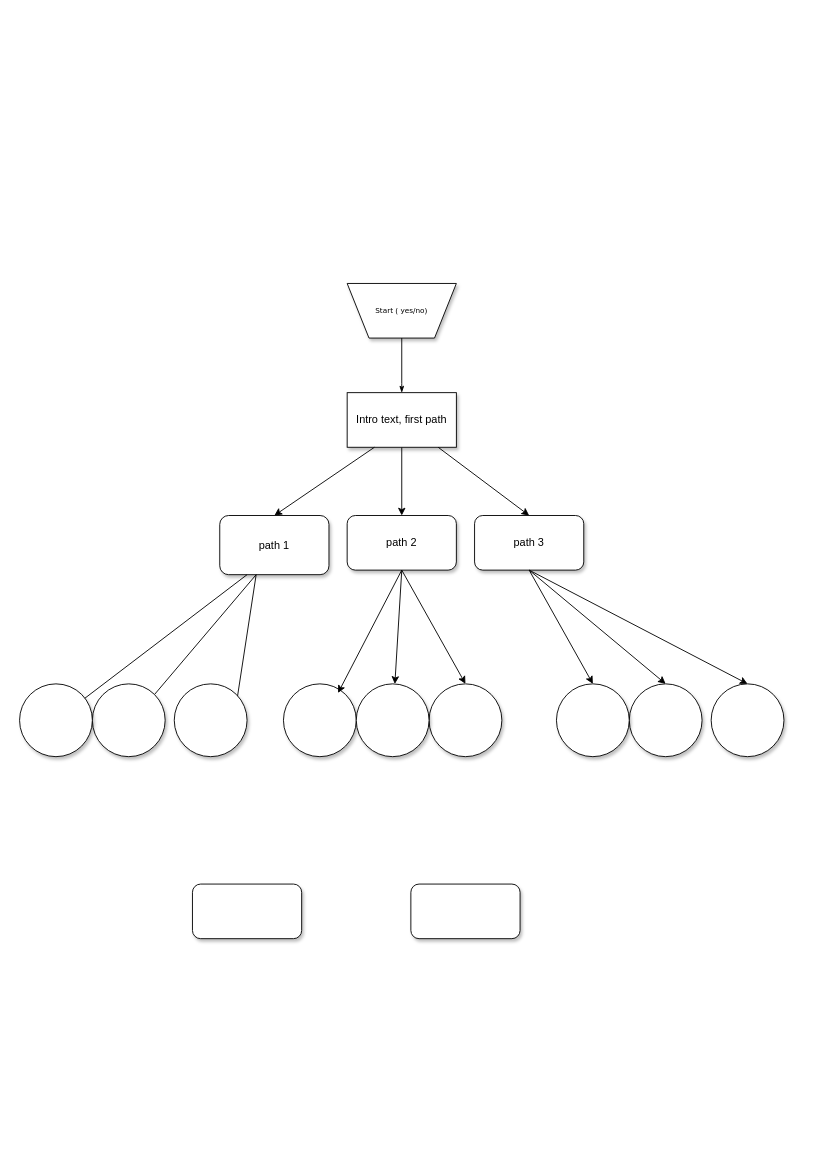
Before: TextAdventure.drawio in andromedamoon-stack/diagrams, a draw.io diagram. Source tidied: cells renumbered, new cells numbered last; positions are measured from the earlier drawing's top-left corner, leaving out a move shared by most shapes. Both pictures are drawn from the tidied source at 91%, with x=0, y=0 at pixel (19, 283).
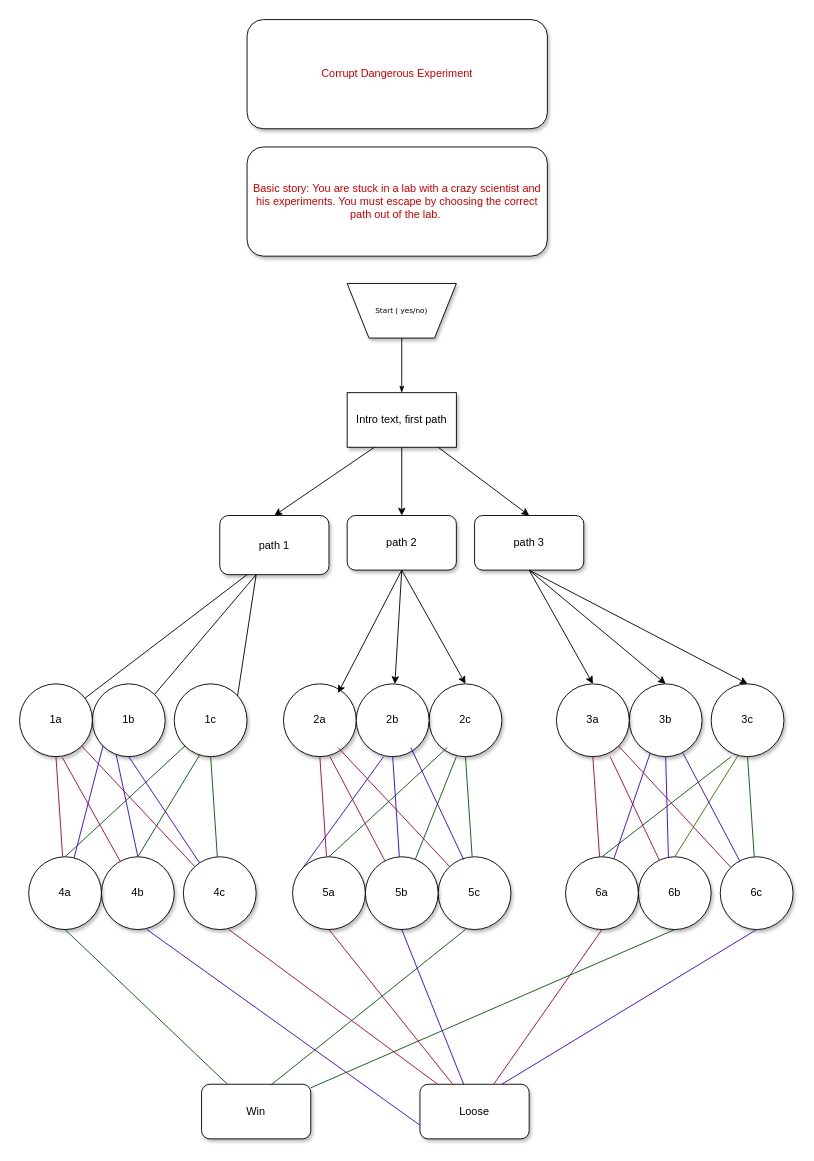
The same page after the edit.

The edit, as a diff of the source:
```diff
@@
-    <mxCell id="12" style="ellipse;whiteSpace=wrap;html=1;shadow=1;" parent="1" vertex="1">
+    <mxCell id="12" value="1c" style="ellipse;whiteSpace=wrap;html=1;shadow=1;" parent="1" vertex="1">
       <mxGeometry x="170" y="440" width="80" height="80" as="geometry" />
     </mxCell>
-    <mxCell id="13" style="ellipse;whiteSpace=wrap;html=1;shadow=1;" parent="1" vertex="1">
+    <mxCell id="13" value="1b" style="ellipse;whiteSpace=wrap;html=1;shadow=1;" parent="1" vertex="1">
       <mxGeometry x="80" y="440" width="80" height="80" as="geometry" />
     </mxCell>
-    <mxCell id="14" style="ellipse;whiteSpace=wrap;html=1;shadow=1;" parent="1" vertex="1">
+    <mxCell id="14" value="1a" style="ellipse;whiteSpace=wrap;html=1;shadow=1;" parent="1" vertex="1">
       <mxGeometry y="440" width="80" height="80" as="geometry" />
     </mxCell>
@@
-    <mxCell id="16" style="ellipse;whiteSpace=wrap;html=1;shadow=1;" parent="1" vertex="1">
+    <mxCell id="16" value="2a" style="ellipse;whiteSpace=wrap;html=1;shadow=1;" parent="1" vertex="1">
       <mxGeometry x="290" y="440" width="80" height="80" as="geometry" />
     </mxCell>
-    <mxCell id="17" style="ellipse;whiteSpace=wrap;html=1;shadow=1;" parent="1" vertex="1">
+    <mxCell id="17" value="2c" style="ellipse;whiteSpace=wrap;html=1;shadow=1;" parent="1" vertex="1">
       <mxGeometry x="450" y="440" width="80" height="80" as="geometry" />
     </mxCell>
-    <mxCell id="18" style="ellipse;whiteSpace=wrap;html=1;shadow=1;" parent="1" vertex="1">
+    <mxCell id="18" value="2b" style="ellipse;whiteSpace=wrap;html=1;shadow=1;" parent="1" vertex="1">
       <mxGeometry x="370" y="440" width="80" height="80" as="geometry" />
     </mxCell>
@@
-    <mxCell id="22" style="ellipse;whiteSpace=wrap;html=1;shadow=1;" parent="1" vertex="1">
+    <mxCell id="22" value="3c" style="ellipse;whiteSpace=wrap;html=1;shadow=1;" parent="1" vertex="1">
       <mxGeometry x="760" y="440" width="80" height="80" as="geometry" />
     </mxCell>
-    <mxCell id="23" style="ellipse;whiteSpace=wrap;html=1;shadow=1;" parent="1" vertex="1">
+    <mxCell id="23" value="3b" style="ellipse;whiteSpace=wrap;html=1;shadow=1;" parent="1" vertex="1">
       <mxGeometry x="670" y="440" width="80" height="80" as="geometry" />
     </mxCell>
-    <mxCell id="24" style="ellipse;whiteSpace=wrap;html=1;shadow=1;" parent="1" vertex="1">
+    <mxCell id="24" value="3a" style="ellipse;whiteSpace=wrap;html=1;shadow=1;" parent="1" vertex="1">
       <mxGeometry x="590" y="440" width="80" height="80" as="geometry" />
     </mxCell>
@@
-    <mxCell id="28" style="rounded=1;whiteSpace=wrap;html=1;shadow=1;" parent="1" vertex="1">
-      <mxGeometry x="430" y="660" width="120" height="60" as="geometry" />
+    <mxCell id="28" value="Loose" style="rounded=1;whiteSpace=wrap;html=1;shadow=1;" parent="1" vertex="1">
+      <mxGeometry x="440" y="880" width="120" height="60" as="geometry" />
     </mxCell>
-    <mxCell id="29" style="rounded=1;whiteSpace=wrap;html=1;shadow=1;" parent="1" vertex="1">
-      <mxGeometry x="190" y="660" width="120" height="60" as="geometry" />
+    <mxCell id="29" value="Win" style="rounded=1;whiteSpace=wrap;html=1;shadow=1;" parent="1" vertex="1">
+      <mxGeometry x="200" y="880" width="120" height="60" as="geometry" />
     </mxCell>
+    <mxCell id="30" value="4c" style="ellipse;whiteSpace=wrap;html=1;shadow=1;" parent="1" vertex="1">
+      <mxGeometry x="180" y="630" width="80" height="80" as="geometry" />
+    </mxCell>
+    <mxCell id="31" value="4b" style="ellipse;whiteSpace=wrap;html=1;shadow=1;" parent="1" vertex="1">
+      <mxGeometry x="90" y="630" width="80" height="80" as="geometry" />
+    </mxCell>
+    <mxCell id="32" value="4a" style="ellipse;whiteSpace=wrap;html=1;shadow=1;" parent="1" vertex="1">
+      <mxGeometry x="10" y="630" width="80" height="80" as="geometry" />
+    </mxCell>
+    <mxCell id="33" value="5a" style="ellipse;whiteSpace=wrap;html=1;shadow=1;" parent="1" vertex="1">
+      <mxGeometry x="300" y="630" width="80" height="80" as="geometry" />
+    </mxCell>
+    <mxCell id="34" value="5c" style="ellipse;whiteSpace=wrap;html=1;shadow=1;" parent="1" vertex="1">
+      <mxGeometry x="460" y="630" width="80" height="80" as="geometry" />
+    </mxCell>
+    <mxCell id="35" value="5b" style="ellipse;whiteSpace=wrap;html=1;shadow=1;" parent="1" vertex="1">
+      <mxGeometry x="380" y="630" width="80" height="80" as="geometry" />
+    </mxCell>
+    <mxCell id="36" value="6c" style="ellipse;whiteSpace=wrap;html=1;shadow=1;" parent="1" vertex="1">
+      <mxGeometry x="770" y="630" width="80" height="80" as="geometry" />
+    </mxCell>
+    <mxCell id="37" value="6b" style="ellipse;whiteSpace=wrap;html=1;shadow=1;" parent="1" vertex="1">
+      <mxGeometry x="680" y="630" width="80" height="80" as="geometry" />
+    </mxCell>
+    <mxCell id="38" value="6a" style="ellipse;whiteSpace=wrap;html=1;shadow=1;" parent="1" vertex="1">
+      <mxGeometry x="600" y="630" width="80" height="80" as="geometry" />
+    </mxCell>
+    <mxCell id="39" style="endArrow=none;html=1;rounded=0;entryX=0.5;entryY=1;entryDx=0;entryDy=0;fillColor=#d80073;strokeColor=#A50040;" parent="1" edge="1" source="28" target="38">
+      <mxGeometry relative="1" as="geometry" />
+    </mxCell>
+    <mxCell id="40" style="endArrow=none;html=1;rounded=0;fillColor=#008a00;strokeColor=#005700;" parent="1" edge="1" source="29">
+      <mxGeometry relative="1" as="geometry">
+        <mxPoint x="720" y="710" as="targetPoint" />
+      </mxGeometry>
+    </mxCell>
+    <mxCell id="41" style="endArrow=none;html=1;rounded=0;exitX=0.75;exitY=0;exitDx=0;exitDy=0;fillColor=#6a00ff;strokeColor=#3700CC;" parent="1" edge="1" source="28">
+      <mxGeometry relative="1" as="geometry">
+        <mxPoint x="810" y="710" as="targetPoint" />
+      </mxGeometry>
+    </mxCell>
+    <mxCell id="42" style="endArrow=none;html=1;rounded=0;exitX=0.633;exitY=0.017;exitDx=0;exitDy=0;exitPerimeter=0;fillColor=#008a00;strokeColor=#005700;" parent="1" edge="1" source="29">
+      <mxGeometry relative="1" as="geometry">
+        <mxPoint x="490" y="710" as="targetPoint" />
+      </mxGeometry>
+    </mxCell>
+    <mxCell id="43" style="endArrow=none;html=1;rounded=0;fillColor=#6a00ff;strokeColor=#3700CC;" parent="1" edge="1" source="28">
+      <mxGeometry relative="1" as="geometry">
+        <mxPoint x="420" y="710" as="targetPoint" />
+      </mxGeometry>
+    </mxCell>
+    <mxCell id="44" style="endArrow=none;html=1;rounded=0;fillColor=#d80073;strokeColor=#A50040;" parent="1" edge="1" source="28">
+      <mxGeometry relative="1" as="geometry">
+        <mxPoint x="340" y="710" as="targetPoint" />
+      </mxGeometry>
+    </mxCell>
+    <mxCell id="45" style="endArrow=none;html=1;rounded=0;fillColor=#d80073;strokeColor=#A50040;" parent="1" edge="1" source="28">
+      <mxGeometry relative="1" as="geometry">
+        <mxPoint x="230" y="710" as="targetPoint" />
+      </mxGeometry>
+    </mxCell>
+    <mxCell id="46" style="endArrow=none;html=1;rounded=0;exitX=0;exitY=0.75;exitDx=0;exitDy=0;fillColor=#6a00ff;strokeColor=#3700CC;" parent="1" edge="1" source="28">
+      <mxGeometry relative="1" as="geometry">
+        <mxPoint x="140" y="710" as="targetPoint" />
+      </mxGeometry>
+    </mxCell>
+    <mxCell id="47" style="endArrow=none;html=1;rounded=0;fillColor=#008a00;strokeColor=#005700;" parent="1" edge="1" source="29">
+      <mxGeometry relative="1" as="geometry">
+        <mxPoint x="50" y="710" as="targetPoint" />
+      </mxGeometry>
+    </mxCell>
+    <mxCell id="48" style="endArrow=none;html=1;rounded=0;entryX=0.5;entryY=1;entryDx=0;entryDy=0;fillColor=#008a00;strokeColor=#005700;" parent="1" edge="1" source="36" target="22">
+      <mxGeometry relative="1" as="geometry" />
+    </mxCell>
+    <mxCell id="49" style="endArrow=none;html=1;rounded=0;fillColor=#008a00;strokeColor=#005700;" parent="1" edge="1" source="34">
+      <mxGeometry relative="1" as="geometry">
+        <mxPoint x="490" y="520" as="targetPoint" />
+      </mxGeometry>
+    </mxCell>
+    <mxCell id="50" style="endArrow=none;html=1;rounded=0;fillColor=#008a00;strokeColor=#005700;" parent="1" edge="1" source="35">
+      <mxGeometry relative="1" as="geometry">
+        <mxPoint x="480" y="520" as="targetPoint" />
+      </mxGeometry>
+    </mxCell>
+    <mxCell id="51" style="endArrow=none;html=1;rounded=0;exitX=0.5;exitY=0;exitDx=0;exitDy=0;fillColor=#008a00;strokeColor=#005700;" parent="1" edge="1" source="33">
+      <mxGeometry relative="1" as="geometry">
+        <mxPoint x="470" y="510" as="targetPoint" />
+      </mxGeometry>
+    </mxCell>
+    <mxCell id="52" style="endArrow=none;html=1;rounded=0;fontColor=#CC0000;fillColor=#d80073;strokeColor=#A50040;" parent="1" edge="1" target="33">
+      <mxGeometry relative="1" as="geometry">
+        <mxPoint x="330" y="520" as="sourcePoint" />
+      </mxGeometry>
+    </mxCell>
+    <mxCell id="53" style="endArrow=none;html=1;rounded=0;entryX=0.638;entryY=1;entryDx=0;entryDy=0;entryPerimeter=0;fillColor=#d80073;strokeColor=#A50040;" parent="1" edge="1" source="35" target="16">
+      <mxGeometry relative="1" as="geometry" />
+    </mxCell>
+    <mxCell id="54" style="endArrow=none;html=1;rounded=0;fillColor=#d80073;strokeColor=#A50040;" parent="1" edge="1" source="34">
+      <mxGeometry relative="1" as="geometry">
+        <mxPoint x="350" y="510" as="targetPoint" />
+      </mxGeometry>
+    </mxCell>
+    <mxCell id="55" style="endArrow=none;html=1;rounded=0;entryX=0.5;entryY=1;entryDx=0;entryDy=0;fillColor=#6a00ff;strokeColor=#3700CC;" parent="1" edge="1" source="35" target="18">
+      <mxGeometry relative="1" as="geometry" />
+    </mxCell>
+    <mxCell id="56" style="endArrow=none;html=1;rounded=0;exitX=0;exitY=0;exitDx=0;exitDy=0;fillColor=#6a00ff;strokeColor=#3700CC;" parent="1" edge="1" source="33">
+      <mxGeometry relative="1" as="geometry">
+        <mxPoint x="400" y="520" as="targetPoint" />
+      </mxGeometry>
+    </mxCell>
+    <mxCell id="57" style="endArrow=none;html=1;rounded=0;exitX=0.35;exitY=0.038;exitDx=0;exitDy=0;exitPerimeter=0;fillColor=#6a00ff;strokeColor=#3700CC;" parent="1" edge="1" source="34">
+      <mxGeometry relative="1" as="geometry">
+        <mxPoint x="430" y="510" as="targetPoint" />
+      </mxGeometry>
+    </mxCell>
+    <mxCell id="58" style="endArrow=none;html=1;rounded=0;fontColor=#CC0000;fillColor=#60a917;strokeColor=#2D7600;exitX=0.5;exitY=0;exitDx=0;exitDy=0;entryX=0.375;entryY=0.975;entryDx=0;entryDy=0;entryPerimeter=0;" parent="1" edge="1" source="37" target="22">
+      <mxGeometry relative="1" as="geometry" />
+    </mxCell>
+    <mxCell id="59" style="endArrow=none;html=1;rounded=0;fontColor=#CC0000;entryX=0.275;entryY=1;entryDx=0;entryDy=0;entryPerimeter=0;exitX=0.5;exitY=0;exitDx=0;exitDy=0;fillColor=#008a00;strokeColor=#005700;" parent="1" edge="1" source="38" target="22">
+      <mxGeometry relative="1" as="geometry" />
+    </mxCell>
+    <mxCell id="60" style="endArrow=none;html=1;rounded=0;fontColor=#CC0000;fillColor=#6a00ff;strokeColor=#3700CC;" parent="1" edge="1" source="36" target="23">
+      <mxGeometry relative="1" as="geometry" />
+    </mxCell>
+    <mxCell id="61" style="endArrow=none;html=1;rounded=0;fontColor=#CC0000;entryX=0.5;entryY=1;entryDx=0;entryDy=0;exitX=0.413;exitY=0.013;exitDx=0;exitDy=0;exitPerimeter=0;fillColor=#6a00ff;strokeColor=#3700CC;" parent="1" edge="1" source="37" target="23">
+      <mxGeometry relative="1" as="geometry" />
+    </mxCell>
+    <mxCell id="62" style="endArrow=none;html=1;rounded=0;fontColor=#CC0000;entryX=0.288;entryY=0.95;entryDx=0;entryDy=0;entryPerimeter=0;fillColor=#6a00ff;strokeColor=#3700CC;" parent="1" edge="1" source="38" target="23">
+      <mxGeometry relative="1" as="geometry" />
+    </mxCell>
+    <mxCell id="63" style="endArrow=none;html=1;rounded=0;fontColor=#CC0000;entryX=0.5;entryY=1;entryDx=0;entryDy=0;fillColor=#d80073;strokeColor=#A50040;" parent="1" edge="1" source="38" target="24">
+      <mxGeometry relative="1" as="geometry" />
+    </mxCell>
+    <mxCell id="64" style="endArrow=none;html=1;rounded=0;fontColor=#CC0000;entryX=0.738;entryY=1;entryDx=0;entryDy=0;entryPerimeter=0;fillColor=#d80073;strokeColor=#A50040;" parent="1" edge="1" source="37" target="24">
+      <mxGeometry relative="1" as="geometry" />
+    </mxCell>
+    <mxCell id="65" style="endArrow=none;html=1;rounded=0;fontColor=#CC0000;entryX=1;entryY=1;entryDx=0;entryDy=0;exitX=0;exitY=0;exitDx=0;exitDy=0;fillColor=#d80073;strokeColor=#A50040;" parent="1" edge="1" source="36" target="24">
+      <mxGeometry relative="1" as="geometry" />
+    </mxCell>
+    <mxCell id="66" style="endArrow=none;html=1;rounded=0;fontColor=#CC0000;entryX=0.5;entryY=1;entryDx=0;entryDy=0;fillColor=#008a00;strokeColor=#005700;" parent="1" edge="1" source="30" target="12">
+      <mxGeometry relative="1" as="geometry" />
+    </mxCell>
+    <mxCell id="67" style="endArrow=none;html=1;rounded=0;fontColor=#CC0000;entryX=0.35;entryY=0.975;entryDx=0;entryDy=0;exitX=0.5;exitY=0;exitDx=0;exitDy=0;entryPerimeter=0;fillColor=#008a00;strokeColor=#005700;" parent="1" edge="1" source="31" target="12">
+      <mxGeometry relative="1" as="geometry" />
+    </mxCell>
+    <mxCell id="68" style="endArrow=none;html=1;rounded=0;fontColor=#CC0000;exitX=0.5;exitY=0;exitDx=0;exitDy=0;entryX=0;entryY=1;entryDx=0;entryDy=0;fillColor=#008a00;strokeColor=#005700;" parent="1" edge="1" source="32" target="12">
+      <mxGeometry relative="1" as="geometry" />
+    </mxCell>
+    <mxCell id="69" style="endArrow=none;html=1;rounded=0;fontColor=#CC0000;entryX=0.5;entryY=1;entryDx=0;entryDy=0;fillColor=#6a00ff;strokeColor=#3700CC;" parent="1" edge="1" source="30" target="13">
+      <mxGeometry relative="1" as="geometry" />
+    </mxCell>
+    <mxCell id="70" style="endArrow=none;html=1;rounded=0;fontColor=#CC0000;entryX=0.325;entryY=0.963;entryDx=0;entryDy=0;entryPerimeter=0;exitX=0.5;exitY=0;exitDx=0;exitDy=0;fillColor=#6a00ff;strokeColor=#3700CC;" parent="1" edge="1" source="31" target="13">
+      <mxGeometry relative="1" as="geometry" />
+    </mxCell>
+    <mxCell id="71" style="endArrow=none;html=1;rounded=0;fontColor=#CC0000;entryX=0.5;entryY=1;entryDx=0;entryDy=0;fillColor=#d80073;strokeColor=#A50040;" parent="1" edge="1" source="32" target="14">
+      <mxGeometry relative="1" as="geometry" />
+    </mxCell>
+    <mxCell id="72" style="endArrow=none;html=1;rounded=0;fontColor=#CC0000;entryX=0;entryY=1;entryDx=0;entryDy=0;fillColor=#6a00ff;strokeColor=#3700CC;" parent="1" edge="1" source="32" target="13">
+      <mxGeometry relative="1" as="geometry" />
+    </mxCell>
+    <mxCell id="73" style="endArrow=none;html=1;rounded=0;fontColor=#CC0000;entryX=0.588;entryY=1.013;entryDx=0;entryDy=0;entryPerimeter=0;fillColor=#d80073;strokeColor=#A50040;" parent="1" edge="1" source="31" target="14">
+      <mxGeometry relative="1" as="geometry" />
+    </mxCell>
+    <mxCell id="74" style="endArrow=none;html=1;rounded=0;fontColor=#CC0000;entryX=1;entryY=1;entryDx=0;entryDy=0;fillColor=#d80073;strokeColor=#A50040;" parent="1" edge="1" source="30" target="14">
+      <mxGeometry relative="1" as="geometry" />
+    </mxCell>
+    <mxCell id="75" value="Corrupt Dangerous Experiment" style="rounded=1;whiteSpace=wrap;html=1;shadow=1;fontColor=#CC0000;" parent="1" vertex="1">
+      <mxGeometry x="250" y="-290" width="330" height="120" as="geometry" />
+    </mxCell>
+    <mxCell id="76" value="Basic story: You are stuck in a lab with a crazy scientist and his experiments. You must escape by choosing the correct path out of the lab.&amp;nbsp;" style="rounded=1;whiteSpace=wrap;html=1;shadow=1;fontColor=#CC0000;" parent="1" vertex="1">
+      <mxGeometry x="250" y="-150" width="330" height="120" as="geometry" />
+    </mxCell>
```
